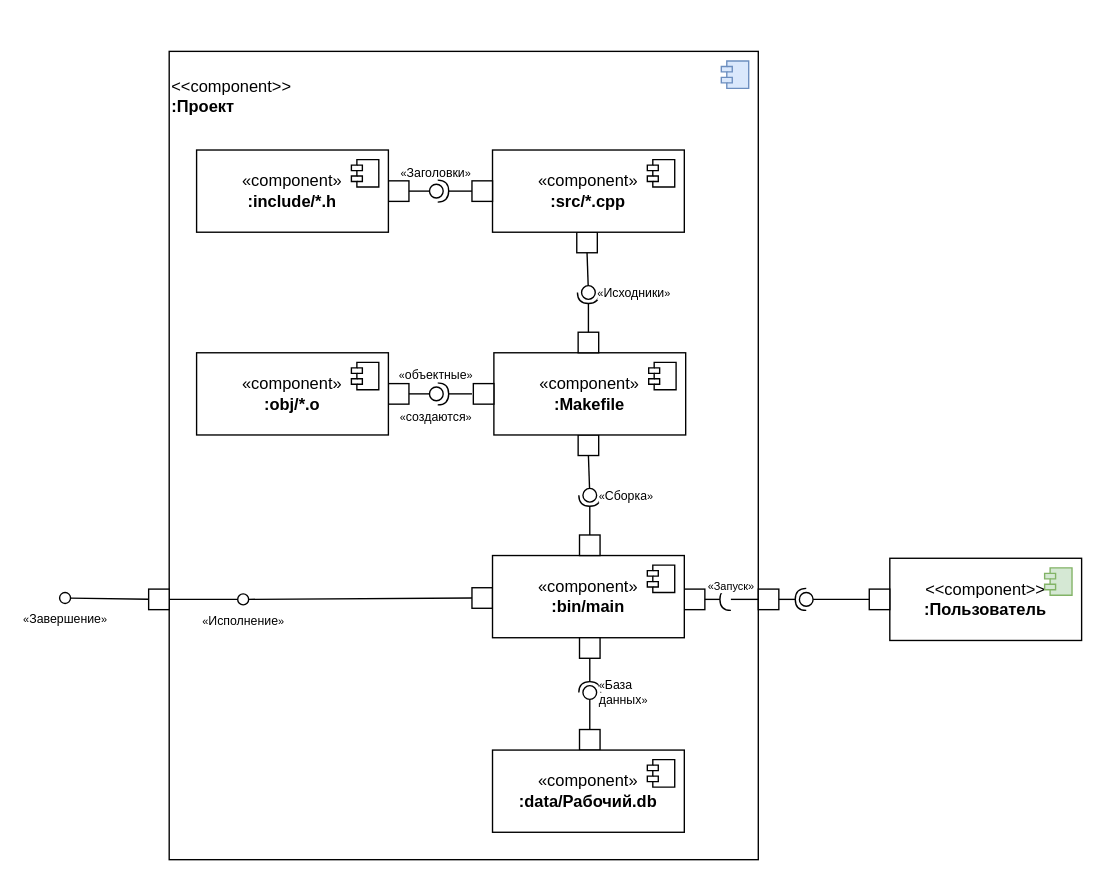
This is UML diagrams/5 - компонент структура (инд).drawio from fpmi-tpmp2026/tpmp-gr10a-lab4-copybara, a draw.io file, before an edit. Source tidied: cells renumbered, new cells numbered last; positions are measured from the earlier drawing's top-left corner, leaving out a move shared by most shapes. Both pictures are drawn from the tidied source at 137%, with x=0, y=0 at pixel (59, 51).
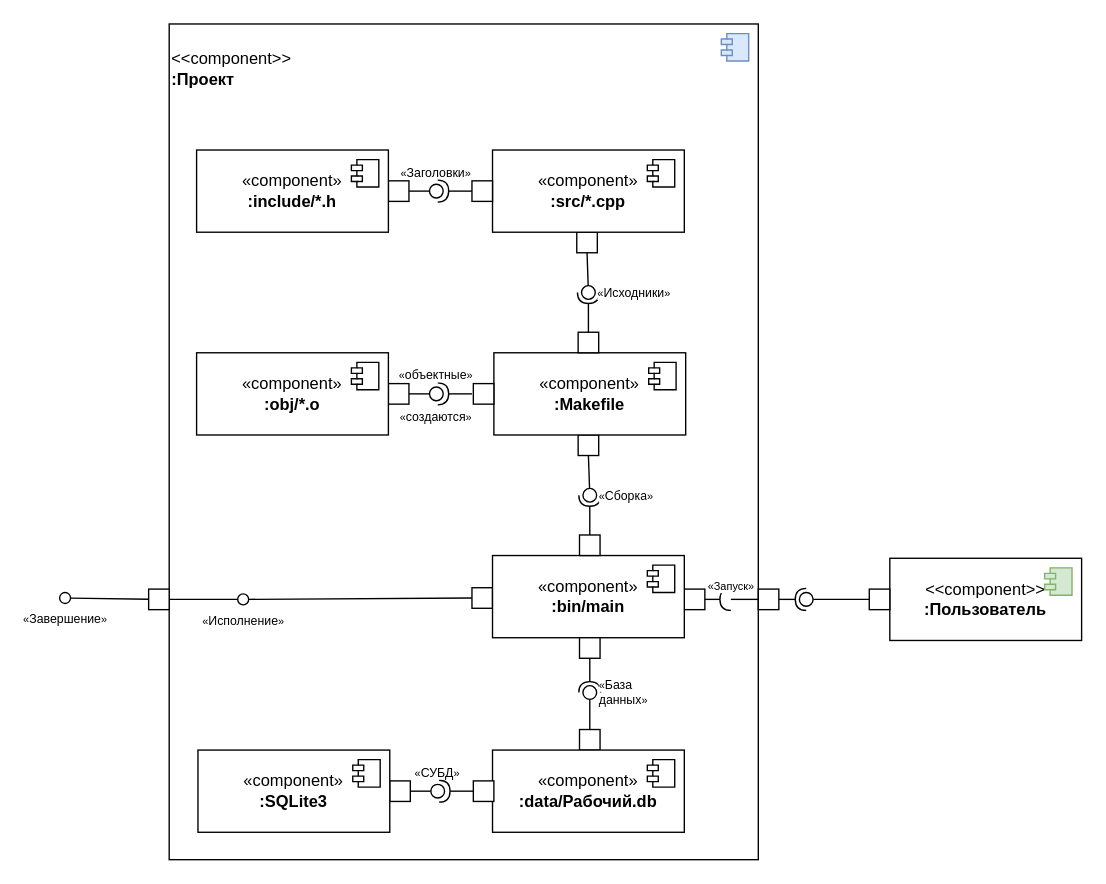
After the change.

Commit message (it also covers changes not shown here):
update: ind component diag

Change to the diagram source:
```diff
@@
     <mxCell id="2" value="&amp;lt;&amp;lt;component&amp;gt;&amp;gt;&lt;div&gt;&lt;b&gt;:Проект&lt;/b&gt;&lt;/div&gt;" style="html=1;whiteSpace=wrap;fontSize=12;labelPosition=center;verticalLabelPosition=top;align=left;verticalAlign=bottom;spacingLeft=0;spacingRight=-120;spacingTop=0;spacingBottom=-50;" parent="1" vertex="1">
-      <mxGeometry x="80" width="430" height="590" as="geometry" />
+      <mxGeometry x="80" y="-20" width="430" height="610" as="geometry" />
     </mxCell>
@@
+    <mxCell id="61" style="html=1;rounded=0;" parent="1" vertex="1">
+      <mxGeometry x="302" y="532.5" width="15" height="15" as="geometry" />
+    </mxCell>
+    <mxCell id="62" style="rounded=0;jettySize=auto;html=1;endArrow=halfCircle;endFill=0;endSize=6;strokeWidth=1;sketch=0;fontSize=12;curved=1;exitX=0;exitY=0.5;exitDx=0;exitDy=0;" parent="1" edge="1" source="61">
+      <mxGeometry relative="1" as="geometry">
+        <mxPoint x="277" y="540" as="targetPoint" />
+      </mxGeometry>
+    </mxCell>
+    <mxCell id="63" style="html=1;rounded=0;" parent="1" vertex="1">
+      <mxGeometry x="241" y="532.5" width="15" height="15" as="geometry" />
+    </mxCell>
+    <mxCell id="64" style="rounded=0;jettySize=auto;html=1;endArrow=oval;endFill=0;sketch=0;sourcePerimeterSpacing=0;targetPerimeterSpacing=0;endSize=10;fontSize=12;curved=1;exitX=1;exitY=0.5;exitDx=0;exitDy=0;" parent="1" edge="1" source="63">
+      <mxGeometry relative="1" as="geometry">
+        <mxPoint x="276" y="540" as="targetPoint" />
+      </mxGeometry>
+    </mxCell>
+    <mxCell id="65" value="«component»&lt;br style=&quot;font-size: 12px;&quot;&gt;&lt;b style=&quot;font-size: 12px;&quot;&gt;:SQLite3&lt;/b&gt;" style="html=1;whiteSpace=wrap;fontSize=12;" parent="1" vertex="1">
+      <mxGeometry x="101" y="510" width="140" height="60" as="geometry" />
+    </mxCell>
+    <mxCell id="66" style="shape=module;jettyWidth=8;jettyHeight=4;fontSize=16;" parent="65" vertex="1">
+      <mxGeometry x="1" width="20" height="20" relative="1" as="geometry">
+        <mxPoint x="-27" y="7" as="offset" />
+      </mxGeometry>
+    </mxCell>
+    <mxCell id="67" value="&lt;span style=&quot;font-size: 8px; caret-color: rgb(0, 0, 0); text-wrap-mode: nowrap; background-color: rgb(255, 255, 255);&quot;&gt;«&lt;/span&gt;&lt;span style=&quot;caret-color: rgb(0, 0, 0); background-color: rgb(255, 255, 255);&quot;&gt;СУБД&lt;/span&gt;&lt;span style=&quot;font-size: 8px; caret-color: rgb(0, 0, 0); text-wrap-mode: nowrap; background-color: rgb(255, 255, 255);&quot;&gt;»&lt;/span&gt;" style="ellipse;whiteSpace=wrap;html=1;align=center;fillColor=none;strokeColor=none;perimeter=centerPerimeter;fontSize=9;labelPosition=center;verticalLabelPosition=top;verticalAlign=bottom;" parent="1" vertex="1">
+      <mxGeometry x="271" y="535" width="10" height="10" as="geometry" />
+    </mxCell>
```
